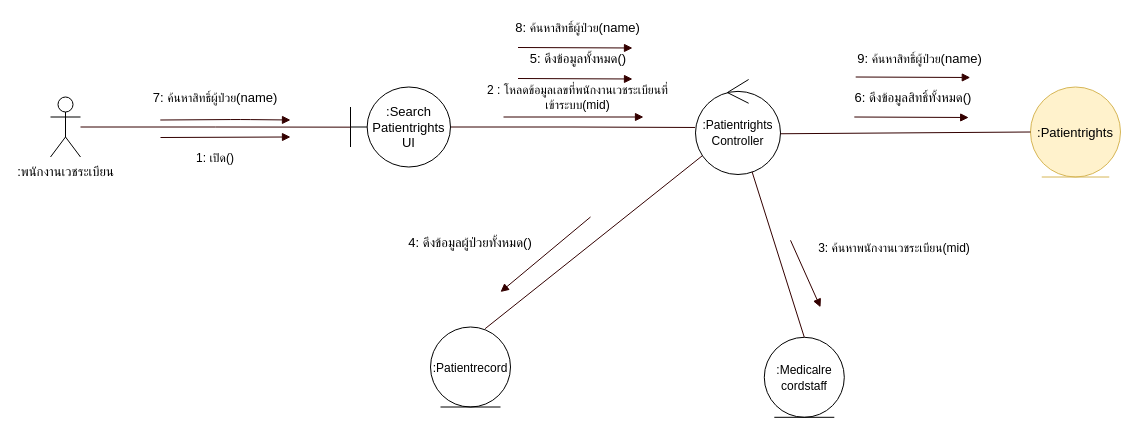
Before: page "comu" (1 of 6) of draw_io/b6103866-2.drawio in sut63/team10, a draw.io diagram. Source tidied: cells renumbered, new cells numbered last; positions are measured from the earlier drawing's top-left corner, leaving out a move shared by most shapes. Both pictures are drawn from the tidied source at 100%, with x=0, y=0 at pixel (50, 17).
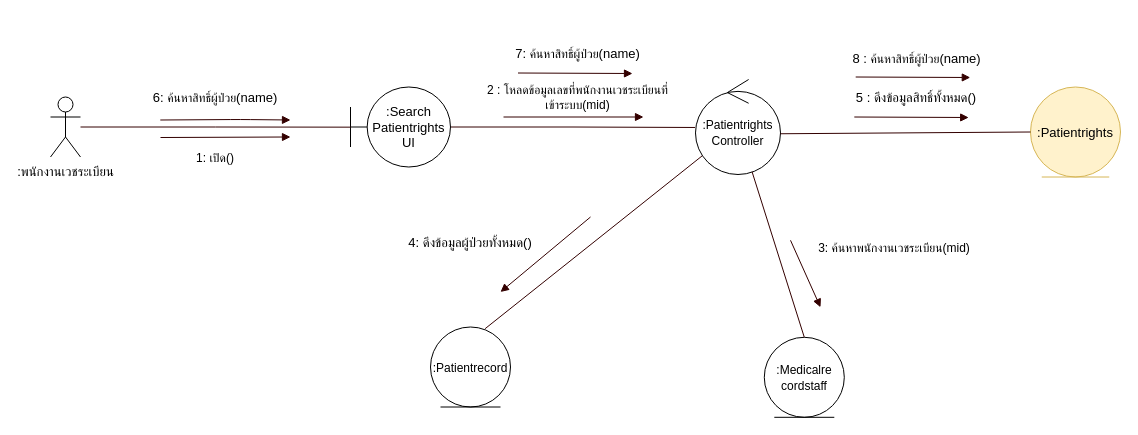
The same diagram, later.

Change to the diagram source:
```diff
@@
-    <mxCell id="16" style="endArrow=block;html=1;strokeColor=#330000;endFill=1;" parent="1" edge="1">
-      <mxGeometry relative="1" as="geometry">
-        <mxPoint x="467.5" y="61" as="sourcePoint" />
-        <mxPoint x="582" y="61.5" as="targetPoint" />
-      </mxGeometry>
-    </mxCell>
-    <mxCell id="17" value="5: ดึงข้อมูลทั้งหมด()" style="text;html=1;strokeColor=none;fillColor=none;align=center;verticalAlign=middle;whiteSpace=wrap;rounded=0;fontSize=13;" parent="1" vertex="1">
-      <mxGeometry x="467.5" y="31" width="120" height="20" as="geometry" />
-    </mxCell>
@@
-    <mxCell id="19" value="7:&amp;nbsp;&lt;span style=&quot;font-size: 12px&quot;&gt;ค้นหา&lt;/span&gt;&lt;span style=&quot;font-size: 12px&quot;&gt;สิทธิ์ผู้ป่วย&lt;/span&gt;(name)" style="text;html=1;strokeColor=none;fillColor=none;align=center;verticalAlign=middle;whiteSpace=wrap;rounded=0;fontSize=13;" parent="1" vertex="1">
+    <mxCell id="19" value="6:&amp;nbsp;&lt;span style=&quot;font-size: 12px&quot;&gt;ค้นหา&lt;/span&gt;&lt;span style=&quot;font-size: 12px&quot;&gt;สิทธิ์ผู้ป่วย&lt;/span&gt;(name)" style="text;html=1;strokeColor=none;fillColor=none;align=center;verticalAlign=middle;whiteSpace=wrap;rounded=0;fontSize=13;" parent="1" vertex="1">
       <mxGeometry x="79" y="69.5" width="172" height="20" as="geometry" />
     </mxCell>
@@
-    <mxCell id="26" value="6: ดึงข้อมูลสิทธิ์ทั้งหมด()" style="text;html=1;strokeColor=none;fillColor=none;align=center;verticalAlign=middle;whiteSpace=wrap;rounded=0;fontSize=13;" parent="1" vertex="1">
-      <mxGeometry x="793.8" y="69.5" width="137.5" height="20" as="geometry" />
+    <mxCell id="26" value="5 : ดึงข้อมูลสิทธิ์ทั้งหมด()" style="text;html=1;strokeColor=none;fillColor=none;align=center;verticalAlign=middle;whiteSpace=wrap;rounded=0;fontSize=13;" parent="1" vertex="1">
+      <mxGeometry x="726.2" y="69.5" width="280" height="20" as="geometry" />
     </mxCell>
     <mxCell id="27" style="endArrow=block;html=1;strokeColor=#330000;endFill=1;" parent="1" edge="1">
       <mxGeometry relative="1" as="geometry">
-        <mxPoint x="467.5" y="30" as="sourcePoint" />
-        <mxPoint x="582" y="30.5" as="targetPoint" />
+        <mxPoint x="467.5" y="55.5" as="sourcePoint" />
+        <mxPoint x="582" y="56" as="targetPoint" />
       </mxGeometry>
     </mxCell>
-    <mxCell id="28" value="8:&amp;nbsp;&lt;span style=&quot;font-size: 12px&quot;&gt;ค้นหา&lt;/span&gt;&lt;span style=&quot;font-size: 12px&quot;&gt;สิทธิ์ผู้ป่วย&lt;/span&gt;(name)" style="text;html=1;strokeColor=none;fillColor=none;align=center;verticalAlign=middle;whiteSpace=wrap;rounded=0;fontSize=13;" parent="1" vertex="1">
-      <mxGeometry x="446.2" width="162.5" height="20" as="geometry" />
+    <mxCell id="28" value="7:&amp;nbsp;&lt;span style=&quot;font-size: 12px&quot;&gt;ค้นหา&lt;/span&gt;&lt;span style=&quot;font-size: 12px&quot;&gt;สิทธิ์ผู้ป่วย&lt;/span&gt;(name)" style="text;html=1;strokeColor=none;fillColor=none;align=center;verticalAlign=middle;whiteSpace=wrap;rounded=0;fontSize=13;" parent="1" vertex="1">
+      <mxGeometry x="446.2" y="25.5" width="162.5" height="20" as="geometry" />
     </mxCell>
-    <mxCell id="29" value="9:&amp;nbsp;&lt;span style=&quot;font-size: 12px&quot;&gt;ค้นหา&lt;/span&gt;&lt;span style=&quot;font-size: 12px&quot;&gt;สิทธิ์ผู้ป่วย&lt;/span&gt;(name)" style="text;html=1;strokeColor=none;fillColor=none;align=center;verticalAlign=middle;whiteSpace=wrap;rounded=0;fontSize=13;" parent="1" vertex="1">
-      <mxGeometry x="787.5" y="31" width="162.5" height="20" as="geometry" />
+    <mxCell id="29" value="8 :&amp;nbsp;&lt;span style=&quot;font-size: 12px&quot;&gt;ค้นหา&lt;/span&gt;&lt;span style=&quot;font-size: 12px&quot;&gt;สิทธิ์ผู้ป่วย&lt;/span&gt;(name)" style="text;html=1;strokeColor=none;fillColor=none;align=center;verticalAlign=middle;whiteSpace=wrap;rounded=0;fontSize=13;" parent="1" vertex="1">
+      <mxGeometry x="730" y="31" width="272.5" height="20" as="geometry" />
     </mxCell>
```
